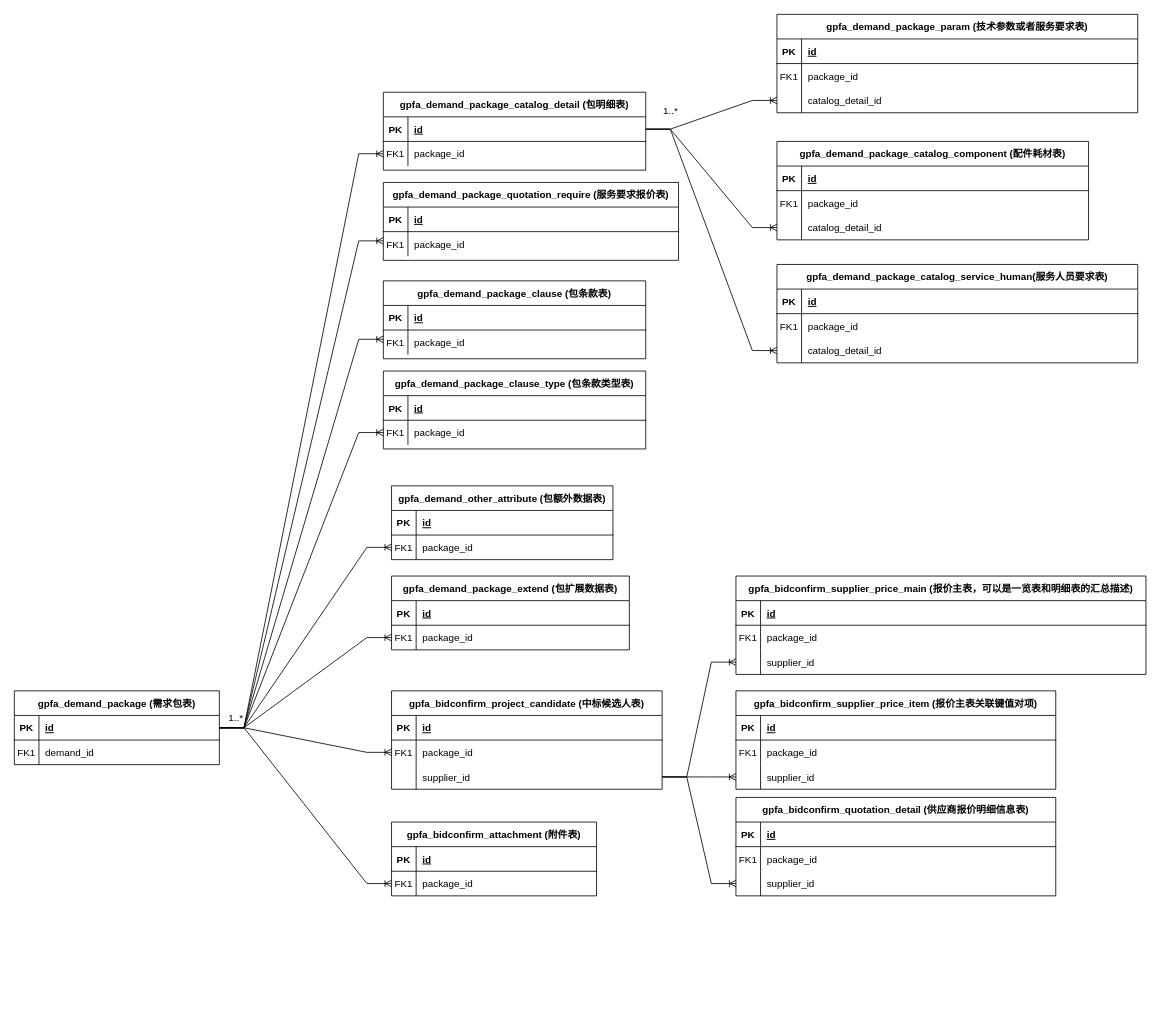
dernight1/draw.io keeps this draw.io diagram as demand_data_hierarchy_copy.drawio. Above is the earlier version. Source tidied: cells renumbered, new cells numbered last; positions are measured from the earlier drawing's top-left corner, leaving out a move shared by most shapes. Both pictures are drawn from the tidied source at 82%, with x=0, y=0 at pixel (14, 14).
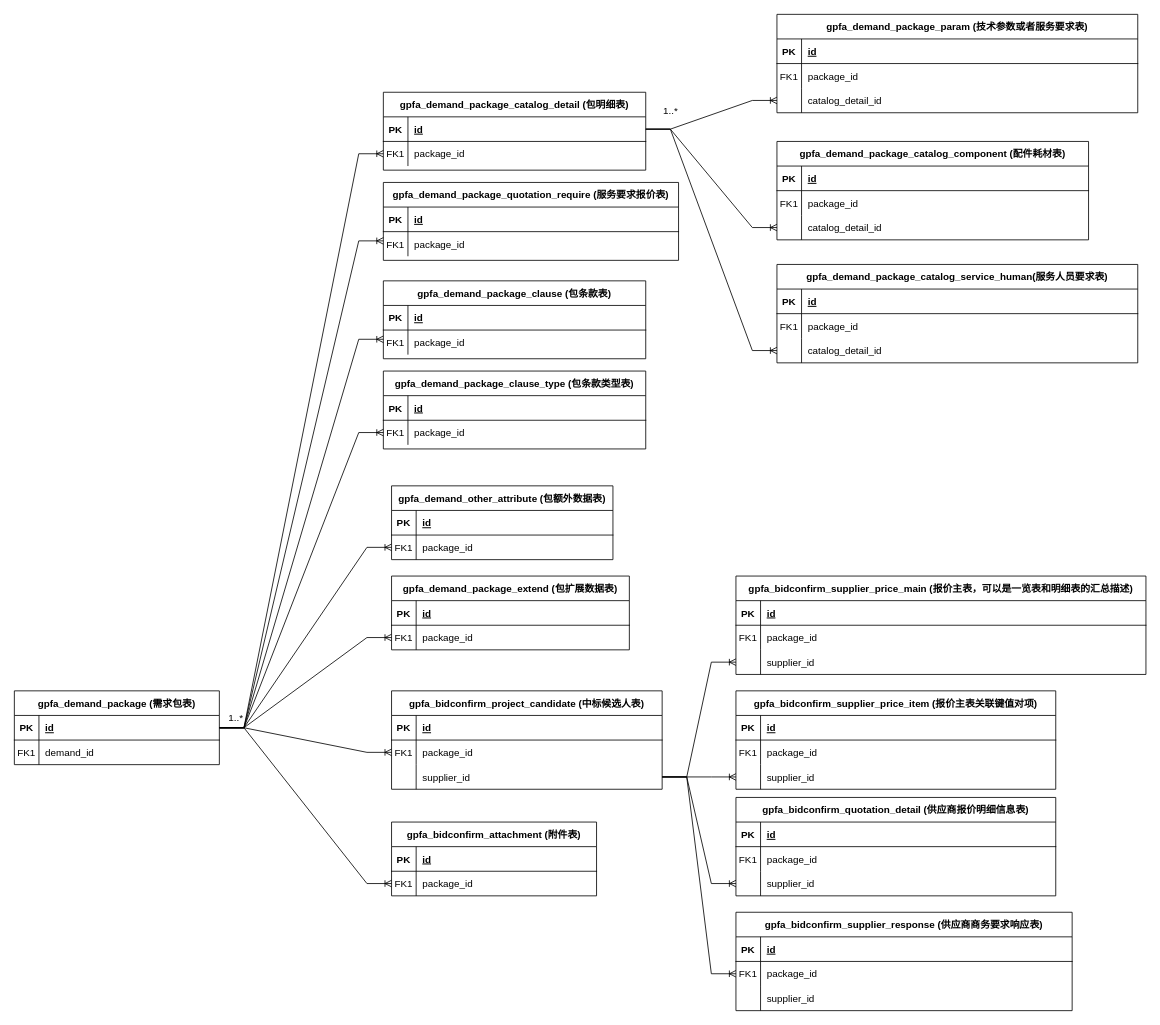
The same page after the edit.

Unchanged cells that the change refers to:
```xml
<mxCell id="58" style="shape=partialRectangle;fillColor=none;points=[[0,0.5],[1,0.5]];portConstraint=eastwest;top=0;left=0;right=0;bottom=0;" parent="51" vertex="1">
  <mxGeometry y="90" width="330" height="30" as="geometry" />
</mxCell>
```

What changed in the source:
```diff
@@
+    <mxCell id="144" value="gpfa_bidconfirm_supplier_response (供应商商务要求响应表)" style="shape=table;startSize=30;childLayout=tableLayout;rowLines=0;fontStyle=1;align=center;" parent="1" vertex="1">
+      <mxGeometry x="880" y="1095" width="410" height="120" as="geometry" />
+    </mxCell>
+    <mxCell id="145" style="shape=partialRectangle;fillColor=none;top=0;left=0;right=0;bottom=1;" parent="144" vertex="1">
+      <mxGeometry y="30" width="410" height="30" as="geometry" />
+    </mxCell>
+    <mxCell id="146" value="PK" style="shape=partialRectangle;overflow=hidden;fillColor=none;top=0;left=0;bottom=0;right=0;fontStyle=1;" parent="145" vertex="1">
+      <mxGeometry width="30" height="30" as="geometry" />
+    </mxCell>
+    <mxCell id="147" value="id " style="shape=partialRectangle;overflow=hidden;fillColor=none;top=0;left=0;bottom=0;right=0;align=left;spacingLeft=6;fontStyle=5;" parent="145" vertex="1">
+      <mxGeometry x="30" width="380" height="30" as="geometry" />
+    </mxCell>
+    <mxCell id="148" style="shape=partialRectangle;fillColor=none;points=[[0,0.5],[1,0.5]];portConstraint=eastwest;top=0;left=0;right=0;bottom=0;" parent="144" vertex="1">
+      <mxGeometry y="60" width="410" height="30" as="geometry" />
+    </mxCell>
+    <mxCell id="149" value="FK1" style="shape=partialRectangle;overflow=hidden;fillColor=none;top=0;left=0;bottom=0;right=0;" parent="148" vertex="1">
+      <mxGeometry width="30" height="30" as="geometry" />
+    </mxCell>
+    <mxCell id="150" value="package_id" style="shape=partialRectangle;overflow=hidden;fillColor=none;top=0;left=0;bottom=0;right=0;align=left;spacingLeft=6;" parent="148" vertex="1">
+      <mxGeometry x="30" width="380" height="30" as="geometry" />
+    </mxCell>
+    <mxCell id="151" style="shape=partialRectangle;fillColor=none;top=0;left=0;right=0;bottom=0;" parent="144" vertex="1">
+      <mxGeometry y="90" width="410" height="30" as="geometry" />
+    </mxCell>
+    <mxCell id="152" style="shape=partialRectangle;overflow=hidden;fillColor=none;top=0;left=0;bottom=0;right=0;" parent="151" vertex="1">
+      <mxGeometry width="30" height="30" as="geometry" />
+    </mxCell>
+    <mxCell id="153" value="supplier_id" style="shape=partialRectangle;overflow=hidden;fillColor=none;top=0;left=0;bottom=0;right=0;align=left;spacingLeft=6;" parent="151" vertex="1">
+      <mxGeometry x="30" width="380" height="30" as="geometry" />
+    </mxCell>
+    <mxCell id="154" style="edgeStyle=entityRelationEdgeStyle;fontSize=12;html=1;endArrow=ERoneToMany;rounded=0;entryX=0;entryY=0.5;entryDx=0;entryDy=0;exitX=1;exitY=0.5;exitDx=0;exitDy=0;" parent="1" edge="1" source="58" target="148">
+      <mxGeometry relative="1" as="geometry" />
+    </mxCell>
```
